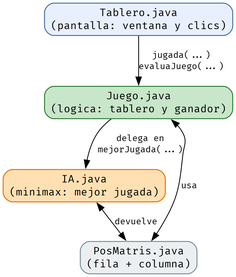
carobayod/Triqui keeps this Graphviz diagram as manual/assets/mapa_clases.png. Above is the earlier version. Its source is kept beside it as manual/assets/mapa_clases.dot. Its diagram source:
```dot
digraph mapa_clases {
    rankdir=TB;
    bgcolor="white";
    fontname="Fira Code";
    node [shape=box, style="rounded,filled", fontname="Fira Code", fontsize=13, penwidth=1.2];
    edge [fontname="Fira Code", fontsize=11];

    tablero [label="Tablero.java\n(pantalla: ventana y clics)", fillcolor="#e8f0fe", color="#4a6fa5"];
    juego [label="Juego.java\n(logica: tablero y ganador)", fillcolor="#c8e6c9", color="#2e7d32"];
    ia [label="IA.java\n(minimax: mejor jugada)", fillcolor="#ffe0b2", color="#ef6c00"];
    pos [label="PosMatris.java\n(fila + columna)", fillcolor="#eceff1", color="#78909c"];

    tablero -> juego [label="jugada(...)\nevaluaJuego(...)"];
    juego -> ia [label="delega en\nmejorJugada(...)"];
    juego -> pos [dir=both, label="usa"];
    ia -> pos [dir=both, label="devuelve"];
}
```
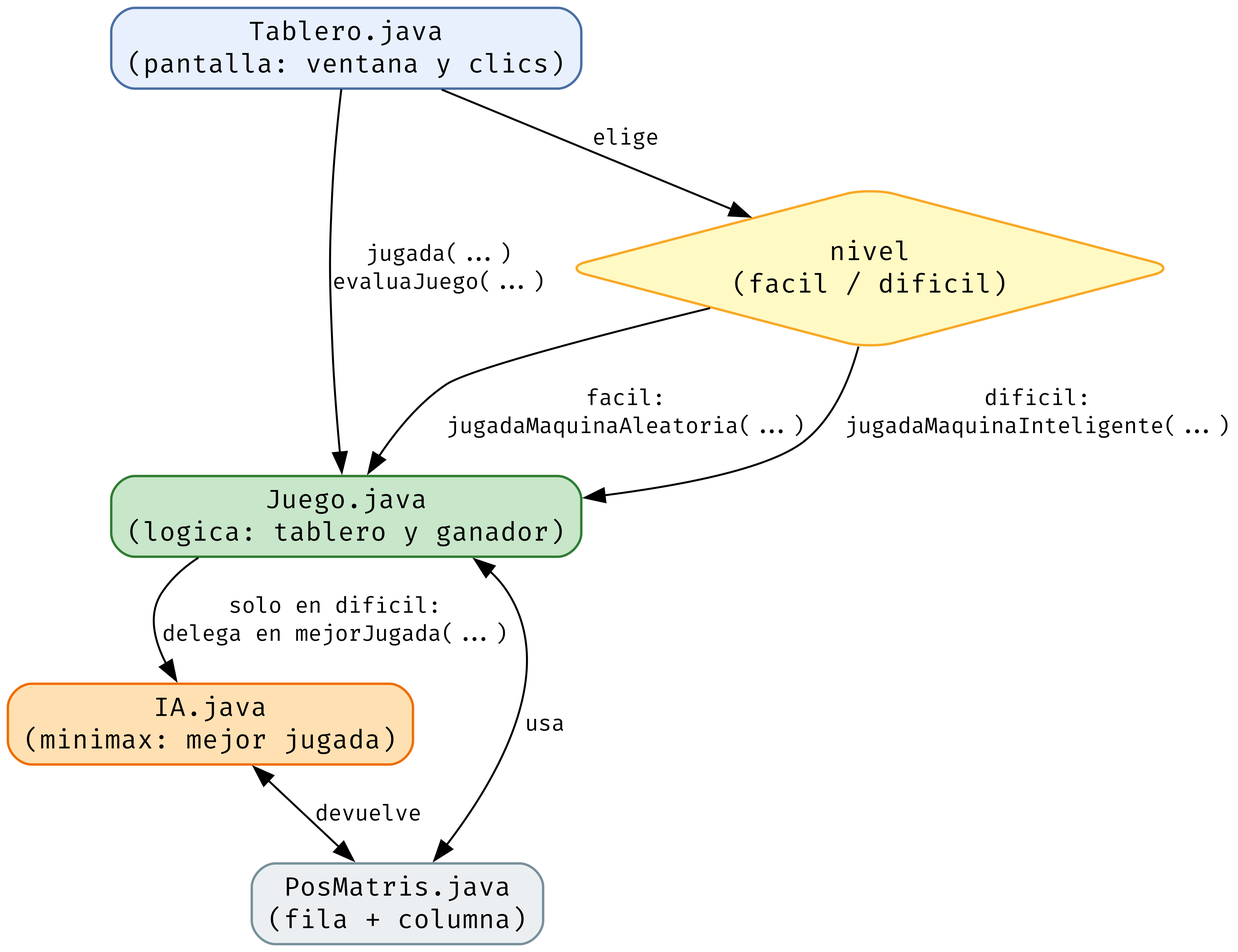
The same diagram one commit later.

The edit, as a diff of the source:
```diff
@@ -9,9 +9,13 @@
     juego [label="Juego.java\n(logica: tablero y ganador)", fillcolor="#c8e6c9", color="#2e7d32"];
     ia [label="IA.java\n(minimax: mejor jugada)", fillcolor="#ffe0b2", color="#ef6c00"];
     pos [label="PosMatris.java\n(fila + columna)", fillcolor="#eceff1", color="#78909c"];
+    nivel [label="nivel\n(facil / dificil)", shape=diamond, fillcolor="#fff9c4", color="#f9a825"];
 
+    tablero -> nivel [label="elige"];
+    nivel -> juego [label="facil:\njugadaMaquinaAleatoria(...)"];
+    nivel -> juego [label="dificil:\njugadaMaquinaInteligente(...)", constraint=false];
     tablero -> juego [label="jugada(...)\nevaluaJuego(...)"];
-    juego -> ia [label="delega en\nmejorJugada(...)"];
+    juego -> ia [label="solo en dificil:\ndelega en mejorJugada(...)"];
     juego -> pos [dir=both, label="usa"];
     ia -> pos [dir=both, label="devuelve"];
 }
```
